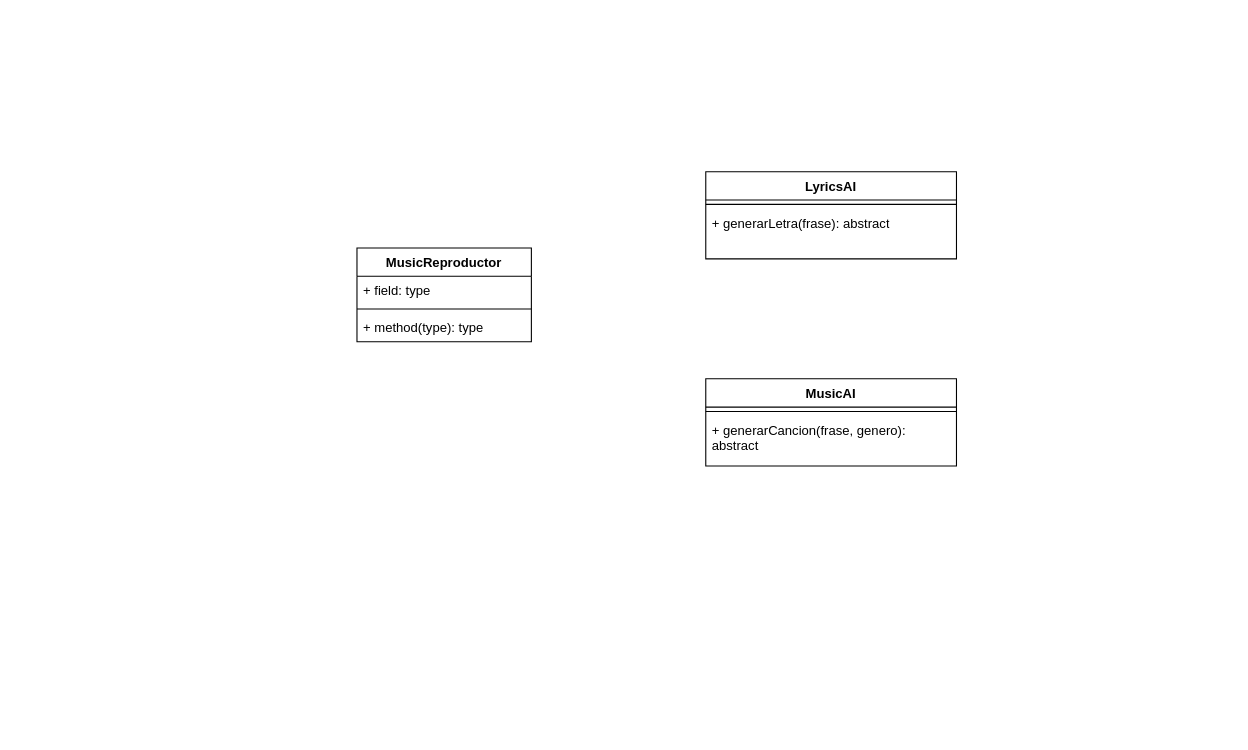
The draw.io diagram musicAI.drawio in benjiliang/pooPractica, before the edit. Source tidied: cells renumbered, new cells numbered last; positions are measured from the earlier drawing's top-left corner, leaving out a move shared by most shapes. Both pictures are drawn from the tidied source at 109%, with x=0, y=0 at pixel (356, 171).
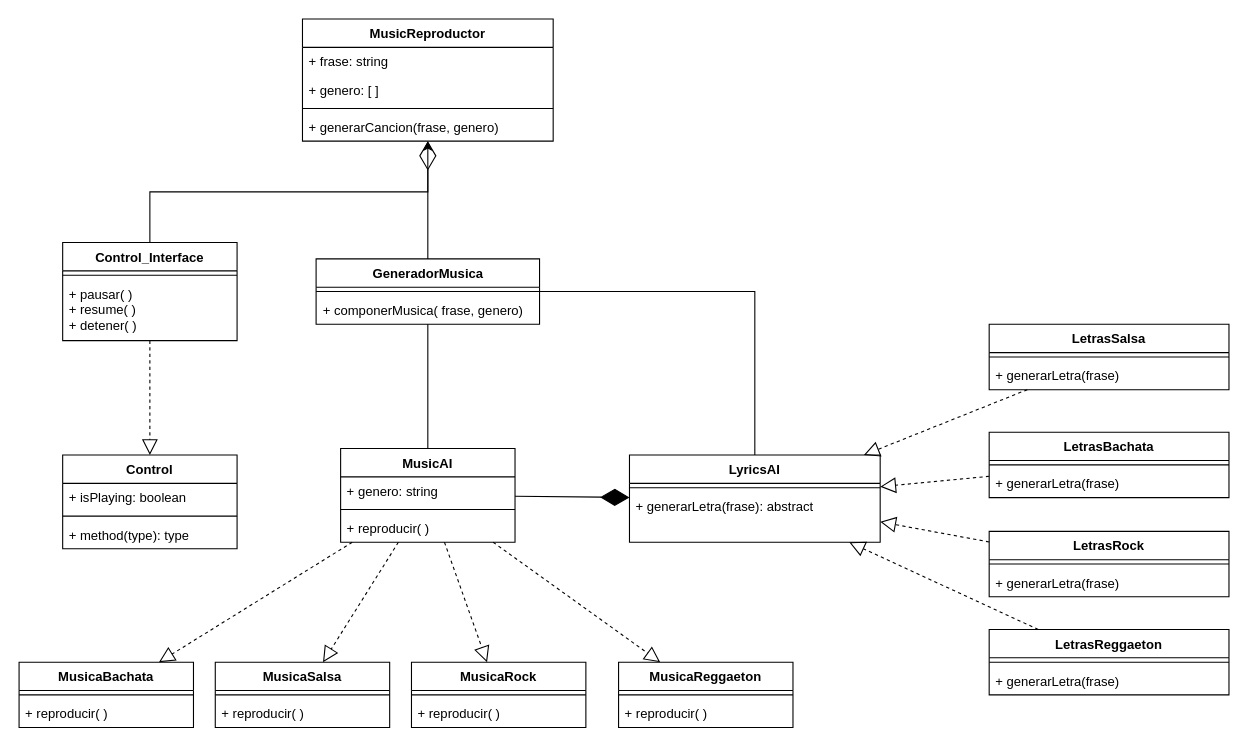
After the change.

Change to the diagram source:
```diff
@@
     <mxCell id="2" value="MusicReproductor" style="swimlane;fontStyle=1;align=center;verticalAlign=top;horizontal=1;startSize=26;whiteSpace=wrap;html=1;" parent="1" vertex="1">
-      <mxGeometry y="70" width="160" height="86" as="geometry" />
+      <mxGeometry x="-50" y="-140" width="230" height="112" as="geometry" />
     </mxCell>
-    <mxCell id="3" value="+ field: type" style="text;strokeColor=none;fillColor=none;align=left;verticalAlign=top;spacingLeft=4;spacingRight=4;overflow=hidden;whiteSpace=wrap;html=1;" parent="2" vertex="1">
-      <mxGeometry y="26" width="160" height="26" as="geometry" />
+    <mxCell id="3" value="+ frase: string" style="text;strokeColor=none;fillColor=none;align=left;verticalAlign=top;spacingLeft=4;spacingRight=4;overflow=hidden;whiteSpace=wrap;html=1;" parent="2" vertex="1">
+      <mxGeometry y="26" width="230" height="26" as="geometry" />
     </mxCell>
+    <mxCell id="12" value="+ genero: [ ]" style="text;strokeColor=none;fillColor=none;align=left;verticalAlign=top;spacingLeft=4;spacingRight=4;overflow=hidden;whiteSpace=wrap;html=1;" parent="2" vertex="1">
+      <mxGeometry y="52" width="230" height="26" as="geometry" />
+    </mxCell>
     <mxCell id="4" style="line;strokeWidth=1;fillColor=none;align=left;verticalAlign=middle;spacingTop=-1;spacingLeft=3;spacingRight=3;labelPosition=right;strokeColor=inherit;" parent="2" vertex="1">
-      <mxGeometry y="52" width="160" height="8" as="geometry" />
+      <mxGeometry y="78" width="230" height="8" as="geometry" />
     </mxCell>
-    <mxCell id="5" value="+ method(type): type" style="text;strokeColor=none;fillColor=none;align=left;verticalAlign=top;spacingLeft=4;spacingRight=4;overflow=hidden;whiteSpace=wrap;html=1;" parent="2" vertex="1">
-      <mxGeometry y="60" width="160" height="26" as="geometry" />
+    <mxCell id="5" value="+ generarCancion(frase, genero)" style="text;strokeColor=none;fillColor=none;align=left;verticalAlign=top;spacingLeft=4;spacingRight=4;overflow=hidden;whiteSpace=wrap;html=1;" parent="2" vertex="1">
+      <mxGeometry y="86" width="230" height="26" as="geometry" />
     </mxCell>
     <mxCell id="6" value="LyricsAI" style="swimlane;fontStyle=1;align=center;verticalAlign=top;horizontal=1;startSize=26;whiteSpace=wrap;html=1;" parent="1" vertex="1">
-      <mxGeometry x="320" width="230" height="80" as="geometry" />
+      <mxGeometry x="250" y="260" width="230" height="80" as="geometry" />
     </mxCell>
@@
+    <mxCell id="13" value="LetrasRock" style="swimlane;fontStyle=1;align=center;verticalAlign=top;horizontal=1;startSize=26;whiteSpace=wrap;html=1;" parent="1" vertex="1">
+      <mxGeometry x="580" y="330" width="220" height="60" as="geometry" />
+    </mxCell>
+    <mxCell id="14" style="line;strokeWidth=1;fillColor=none;align=left;verticalAlign=middle;spacingTop=-1;spacingLeft=3;spacingRight=3;labelPosition=right;strokeColor=inherit;" parent="13" vertex="1">
+      <mxGeometry y="26" width="220" height="8" as="geometry" />
+    </mxCell>
+    <mxCell id="15" value="+&amp;nbsp;generarLetra(frase)" style="text;strokeColor=none;fillColor=none;align=left;verticalAlign=top;spacingLeft=4;spacingRight=4;overflow=hidden;whiteSpace=wrap;html=1;" parent="13" vertex="1">
+      <mxGeometry y="34" width="220" height="26" as="geometry" />
+    </mxCell>
+    <mxCell id="16" value="LetrasBachata" style="swimlane;fontStyle=1;align=center;verticalAlign=top;horizontal=1;startSize=26;whiteSpace=wrap;html=1;" parent="1" vertex="1">
+      <mxGeometry x="580" y="239" width="220" height="60" as="geometry" />
+    </mxCell>
+    <mxCell id="17" style="line;strokeWidth=1;fillColor=none;align=left;verticalAlign=middle;spacingTop=-1;spacingLeft=3;spacingRight=3;labelPosition=right;strokeColor=inherit;" parent="16" vertex="1">
+      <mxGeometry y="26" width="220" height="8" as="geometry" />
+    </mxCell>
+    <mxCell id="18" value="+&amp;nbsp;generarLetra(frase)" style="text;strokeColor=none;fillColor=none;align=left;verticalAlign=top;spacingLeft=4;spacingRight=4;overflow=hidden;whiteSpace=wrap;html=1;" parent="16" vertex="1">
+      <mxGeometry y="34" width="220" height="26" as="geometry" />
+    </mxCell>
+    <mxCell id="19" value="LetrasReggaeton" style="swimlane;fontStyle=1;align=center;verticalAlign=top;horizontal=1;startSize=26;whiteSpace=wrap;html=1;" parent="1" vertex="1">
+      <mxGeometry x="580" y="420" width="220" height="60" as="geometry" />
+    </mxCell>
+    <mxCell id="20" style="line;strokeWidth=1;fillColor=none;align=left;verticalAlign=middle;spacingTop=-1;spacingLeft=3;spacingRight=3;labelPosition=right;strokeColor=inherit;" parent="19" vertex="1">
+      <mxGeometry y="26" width="220" height="8" as="geometry" />
+    </mxCell>
+    <mxCell id="21" value="+&amp;nbsp;generarLetra(frase)" style="text;strokeColor=none;fillColor=none;align=left;verticalAlign=top;spacingLeft=4;spacingRight=4;overflow=hidden;whiteSpace=wrap;html=1;" parent="19" vertex="1">
+      <mxGeometry y="34" width="220" height="26" as="geometry" />
+    </mxCell>
+    <mxCell id="22" value="LetrasSalsa" style="swimlane;fontStyle=1;align=center;verticalAlign=top;horizontal=1;startSize=26;whiteSpace=wrap;html=1;" parent="1" vertex="1">
+      <mxGeometry x="580" y="140" width="220" height="60" as="geometry" />
+    </mxCell>
+    <mxCell id="23" style="line;strokeWidth=1;fillColor=none;align=left;verticalAlign=middle;spacingTop=-1;spacingLeft=3;spacingRight=3;labelPosition=right;strokeColor=inherit;" parent="22" vertex="1">
+      <mxGeometry y="26" width="220" height="8" as="geometry" />
+    </mxCell>
+    <mxCell id="24" value="+&amp;nbsp;generarLetra(frase)" style="text;strokeColor=none;fillColor=none;align=left;verticalAlign=top;spacingLeft=4;spacingRight=4;overflow=hidden;whiteSpace=wrap;html=1;" parent="22" vertex="1">
+      <mxGeometry y="34" width="220" height="26" as="geometry" />
+    </mxCell>
+    <mxCell id="25" style="endArrow=block;dashed=1;endFill=0;endSize=12;html=1;rounded=0;" parent="1" edge="1" source="22" target="6">
+      <mxGeometry relative="1" as="geometry" />
+    </mxCell>
+    <mxCell id="26" style="endArrow=block;dashed=1;endFill=0;endSize=12;html=1;rounded=0;" parent="1" edge="1" source="16" target="6">
+      <mxGeometry relative="1" as="geometry" />
+    </mxCell>
+    <mxCell id="27" style="endArrow=block;dashed=1;endFill=0;endSize=12;html=1;rounded=0;" parent="1" edge="1" source="13" target="6">
+      <mxGeometry relative="1" as="geometry" />
+    </mxCell>
+    <mxCell id="28" style="endArrow=block;dashed=1;endFill=0;endSize=12;html=1;rounded=0;" parent="1" edge="1" source="19" target="6">
+      <mxGeometry relative="1" as="geometry" />
+    </mxCell>
+    <mxCell id="29" style="endArrow=diamondThin;endFill=1;endSize=24;html=1;rounded=0;" parent="1" edge="1" source="9" target="6">
+      <mxGeometry relative="1" as="geometry" />
+    </mxCell>
     <mxCell id="9" value="MusicAI" style="swimlane;fontStyle=1;align=center;verticalAlign=top;horizontal=1;startSize=26;whiteSpace=wrap;html=1;" parent="1" vertex="1">
-      <mxGeometry x="320" y="190" width="230" height="80" as="geometry" />
+      <mxGeometry x="-15" y="254" width="160" height="86" as="geometry" />
     </mxCell>
-    <mxCell id="10" style="line;strokeWidth=1;fillColor=none;align=left;verticalAlign=middle;spacingTop=-1;spacingLeft=3;spacingRight=3;labelPosition=right;strokeColor=inherit;" parent="9" vertex="1">
-      <mxGeometry y="26" width="230" height="8" as="geometry" />
-    </mxCell>
-    <mxCell id="11" value="+ generarCancion(frase, genero): abstract" style="text;strokeColor=none;fillColor=none;align=left;verticalAlign=top;spacingLeft=4;spacingRight=4;overflow=hidden;whiteSpace=wrap;html=1;" parent="9" vertex="1">
-      <mxGeometry y="34" width="230" height="46" as="geometry" />
-    </mxCell>
+    <mxCell id="30" value="+ genero: string" style="text;strokeColor=none;fillColor=none;align=left;verticalAlign=top;spacingLeft=4;spacingRight=4;overflow=hidden;whiteSpace=wrap;html=1;" parent="9" vertex="1">
+      <mxGeometry y="26" width="160" height="26" as="geometry" />
+    </mxCell>
+    <mxCell id="31" style="line;strokeWidth=1;fillColor=none;align=left;verticalAlign=middle;spacingTop=-1;spacingLeft=3;spacingRight=3;labelPosition=right;strokeColor=inherit;" parent="9" vertex="1">
+      <mxGeometry y="52" width="160" height="8" as="geometry" />
+    </mxCell>
+    <mxCell id="32" value="+ reproducir( )" style="text;strokeColor=none;fillColor=none;align=left;verticalAlign=top;spacingLeft=4;spacingRight=4;overflow=hidden;whiteSpace=wrap;html=1;" parent="9" vertex="1">
+      <mxGeometry y="60" width="160" height="26" as="geometry" />
+    </mxCell>
+    <mxCell id="33" style="edgeStyle=orthogonalEdgeStyle;rounded=0;jettySize=auto;html=1;exitX=0.5;exitY=0;exitDx=0;exitDy=0;" parent="1" edge="1" source="34" target="2">
+      <mxGeometry relative="1" as="geometry" />
+    </mxCell>
+    <mxCell id="34" value="Control_Interface" style="swimlane;fontStyle=1;align=center;verticalAlign=top;horizontal=1;startSize=26;whiteSpace=wrap;html=1;" parent="1" vertex="1">
+      <mxGeometry x="-270" y="65" width="160" height="90" as="geometry" />
+    </mxCell>
+    <mxCell id="35" style="line;strokeWidth=1;fillColor=none;align=left;verticalAlign=middle;spacingTop=-1;spacingLeft=3;spacingRight=3;labelPosition=right;strokeColor=inherit;" parent="34" vertex="1">
+      <mxGeometry y="26" width="160" height="8" as="geometry" />
+    </mxCell>
+    <mxCell id="36" value="&lt;div&gt;+ pausar( )&lt;/div&gt;&lt;div&gt;+ resume( )&lt;/div&gt;&lt;div&gt;+ detener( )&lt;br&gt;&lt;/div&gt;" style="text;strokeColor=none;fillColor=none;align=left;verticalAlign=top;spacingLeft=4;spacingRight=4;overflow=hidden;whiteSpace=wrap;html=1;" parent="34" vertex="1">
+      <mxGeometry y="34" width="160" height="56" as="geometry" />
+    </mxCell>
+    <mxCell id="37" value="Control" style="swimlane;fontStyle=1;align=center;verticalAlign=top;horizontal=1;startSize=26;whiteSpace=wrap;html=1;" parent="1" vertex="1">
+      <mxGeometry x="-270" y="260" width="160" height="86" as="geometry" />
+    </mxCell>
+    <mxCell id="38" value="+ isPlaying: boolean" style="text;strokeColor=none;fillColor=none;align=left;verticalAlign=top;spacingLeft=4;spacingRight=4;overflow=hidden;whiteSpace=wrap;html=1;" parent="37" vertex="1">
+      <mxGeometry y="26" width="160" height="26" as="geometry" />
+    </mxCell>
+    <mxCell id="39" style="line;strokeWidth=1;fillColor=none;align=left;verticalAlign=middle;spacingTop=-1;spacingLeft=3;spacingRight=3;labelPosition=right;strokeColor=inherit;" parent="37" vertex="1">
+      <mxGeometry y="52" width="160" height="8" as="geometry" />
+    </mxCell>
+    <mxCell id="40" value="+ method(type): type" style="text;strokeColor=none;fillColor=none;align=left;verticalAlign=top;spacingLeft=4;spacingRight=4;overflow=hidden;whiteSpace=wrap;html=1;" parent="37" vertex="1">
+      <mxGeometry y="60" width="160" height="26" as="geometry" />
+    </mxCell>
+    <mxCell id="41" style="endArrow=block;dashed=1;endFill=0;endSize=12;html=1;rounded=0;" parent="1" edge="1" source="34" target="37">
+      <mxGeometry relative="1" as="geometry" />
+    </mxCell>
+    <mxCell id="42" value="GeneradorMusica" style="swimlane;fontStyle=1;align=center;verticalAlign=top;horizontal=1;startSize=26;whiteSpace=wrap;html=1;" parent="1" vertex="1">
+      <mxGeometry x="-37.5" y="80" width="205" height="60" as="geometry" />
+    </mxCell>
+    <mxCell id="43" style="line;strokeWidth=1;fillColor=none;align=left;verticalAlign=middle;spacingTop=-1;spacingLeft=3;spacingRight=3;labelPosition=right;strokeColor=inherit;" parent="42" vertex="1">
+      <mxGeometry y="26" width="205" height="8" as="geometry" />
+    </mxCell>
+    <mxCell id="44" value="+ componerMusica( frase, genero)" style="text;strokeColor=none;fillColor=none;align=left;verticalAlign=top;spacingLeft=4;spacingRight=4;overflow=hidden;whiteSpace=wrap;html=1;" parent="42" vertex="1">
+      <mxGeometry y="34" width="205" height="26" as="geometry" />
+    </mxCell>
+    <mxCell id="45" style="endArrow=diamondThin;endFill=0;endSize=24;html=1;rounded=0;" parent="1" edge="1" source="42" target="2">
+      <mxGeometry relative="1" as="geometry" />
+    </mxCell>
+    <mxCell id="46" value="MusicaSalsa" style="swimlane;fontStyle=1;align=center;verticalAlign=top;horizontal=1;startSize=26;whiteSpace=wrap;html=1;" parent="1" vertex="1">
+      <mxGeometry x="-130" y="450" width="160" height="60" as="geometry" />
+    </mxCell>
+    <mxCell id="47" style="line;strokeWidth=1;fillColor=none;align=left;verticalAlign=middle;spacingTop=-1;spacingLeft=3;spacingRight=3;labelPosition=right;strokeColor=inherit;" parent="46" vertex="1">
+      <mxGeometry y="26" width="160" height="8" as="geometry" />
+    </mxCell>
+    <mxCell id="48" value="+ reproducir( )" style="text;strokeColor=none;fillColor=none;align=left;verticalAlign=top;spacingLeft=4;spacingRight=4;overflow=hidden;whiteSpace=wrap;html=1;" parent="46" vertex="1">
+      <mxGeometry y="34" width="160" height="26" as="geometry" />
+    </mxCell>
+    <mxCell id="49" value="MusicaRock" style="swimlane;fontStyle=1;align=center;verticalAlign=top;horizontal=1;startSize=26;whiteSpace=wrap;html=1;" parent="1" vertex="1">
+      <mxGeometry x="50" y="450" width="160" height="60" as="geometry" />
+    </mxCell>
+    <mxCell id="50" style="line;strokeWidth=1;fillColor=none;align=left;verticalAlign=middle;spacingTop=-1;spacingLeft=3;spacingRight=3;labelPosition=right;strokeColor=inherit;" parent="49" vertex="1">
+      <mxGeometry y="26" width="160" height="8" as="geometry" />
+    </mxCell>
+    <mxCell id="51" value="+ reproducir( )" style="text;strokeColor=none;fillColor=none;align=left;verticalAlign=top;spacingLeft=4;spacingRight=4;overflow=hidden;whiteSpace=wrap;html=1;" parent="49" vertex="1">
+      <mxGeometry y="34" width="160" height="26" as="geometry" />
+    </mxCell>
+    <mxCell id="52" value="MusicaBachata" style="swimlane;fontStyle=1;align=center;verticalAlign=top;horizontal=1;startSize=26;whiteSpace=wrap;html=1;" parent="1" vertex="1">
+      <mxGeometry x="-310" y="450" width="160" height="60" as="geometry" />
+    </mxCell>
+    <mxCell id="53" style="line;strokeWidth=1;fillColor=none;align=left;verticalAlign=middle;spacingTop=-1;spacingLeft=3;spacingRight=3;labelPosition=right;strokeColor=inherit;" parent="52" vertex="1">
+      <mxGeometry y="26" width="160" height="8" as="geometry" />
+    </mxCell>
+    <mxCell id="54" value="+ reproducir( )" style="text;strokeColor=none;fillColor=none;align=left;verticalAlign=top;spacingLeft=4;spacingRight=4;overflow=hidden;whiteSpace=wrap;html=1;" parent="52" vertex="1">
+      <mxGeometry y="34" width="160" height="26" as="geometry" />
+    </mxCell>
+    <mxCell id="55" value="MusicaReggaeton" style="swimlane;fontStyle=1;align=center;verticalAlign=top;horizontal=1;startSize=26;whiteSpace=wrap;html=1;" parent="1" vertex="1">
+      <mxGeometry x="240" y="450" width="160" height="60" as="geometry" />
+    </mxCell>
+    <mxCell id="56" style="line;strokeWidth=1;fillColor=none;align=left;verticalAlign=middle;spacingTop=-1;spacingLeft=3;spacingRight=3;labelPosition=right;strokeColor=inherit;" parent="55" vertex="1">
+      <mxGeometry y="26" width="160" height="8" as="geometry" />
+    </mxCell>
+    <mxCell id="57" value="+ reproducir( )" style="text;strokeColor=none;fillColor=none;align=left;verticalAlign=top;spacingLeft=4;spacingRight=4;overflow=hidden;whiteSpace=wrap;html=1;" parent="55" vertex="1">
+      <mxGeometry y="34" width="160" height="26" as="geometry" />
+    </mxCell>
+    <mxCell id="58" style="endArrow=block;dashed=1;endFill=0;endSize=12;html=1;rounded=0;" parent="1" edge="1" source="9" target="52">
+      <mxGeometry relative="1" as="geometry" />
+    </mxCell>
+    <mxCell id="59" style="endArrow=block;dashed=1;endFill=0;endSize=12;html=1;rounded=0;" parent="1" edge="1" source="9" target="46">
+      <mxGeometry relative="1" as="geometry" />
+    </mxCell>
+    <mxCell id="60" style="endArrow=block;dashed=1;endFill=0;endSize=12;html=1;rounded=0;" parent="1" edge="1" source="9" target="49">
+      <mxGeometry relative="1" as="geometry" />
+    </mxCell>
+    <mxCell id="61" style="endArrow=block;dashed=1;endFill=0;endSize=12;html=1;rounded=0;" parent="1" edge="1" source="9" target="55">
+      <mxGeometry relative="1" as="geometry" />
+    </mxCell>
+    <mxCell id="62" style="endArrow=none;html=1;edgeStyle=orthogonalEdgeStyle;rounded=0;" parent="1" edge="1" source="42" target="9">
+      <mxGeometry relative="1" as="geometry" />
+    </mxCell>
+    <mxCell id="63" style="endArrow=none;html=1;edgeStyle=orthogonalEdgeStyle;rounded=0;" parent="1" edge="1" source="42" target="6">
+      <mxGeometry relative="1" as="geometry" />
+    </mxCell>
```
